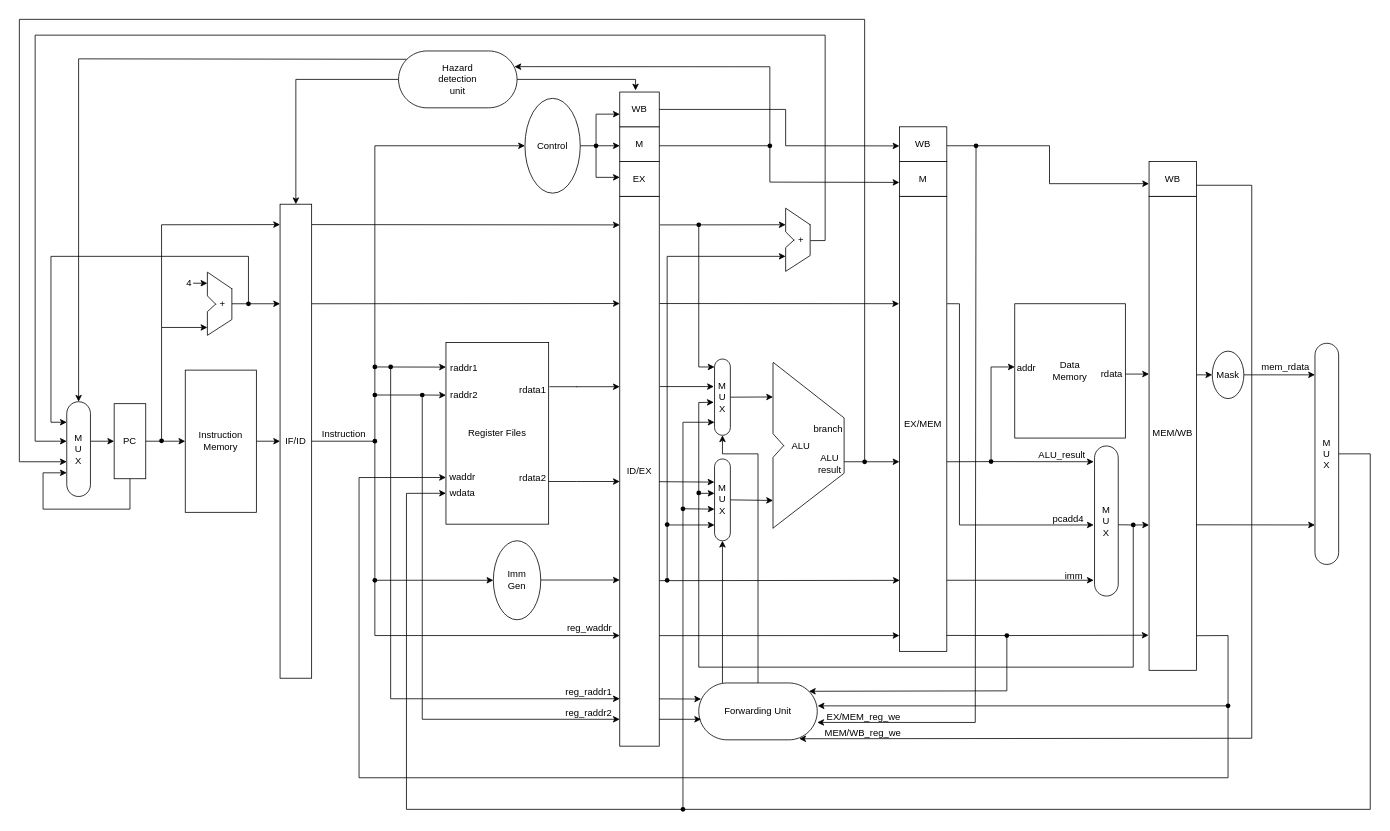
The draw.io diagram CPU2.0 pipeline.drawio in Briarcresy/2026-IC-contest-JYD, before the edit. Source tidied: cells renumbered, new cells numbered last; positions are measured from the earlier drawing's top-left corner, leaving out a move shared by most shapes. Both pictures are drawn from the tidied source at 79%, with x=0, y=0 at pixel (19, 19).
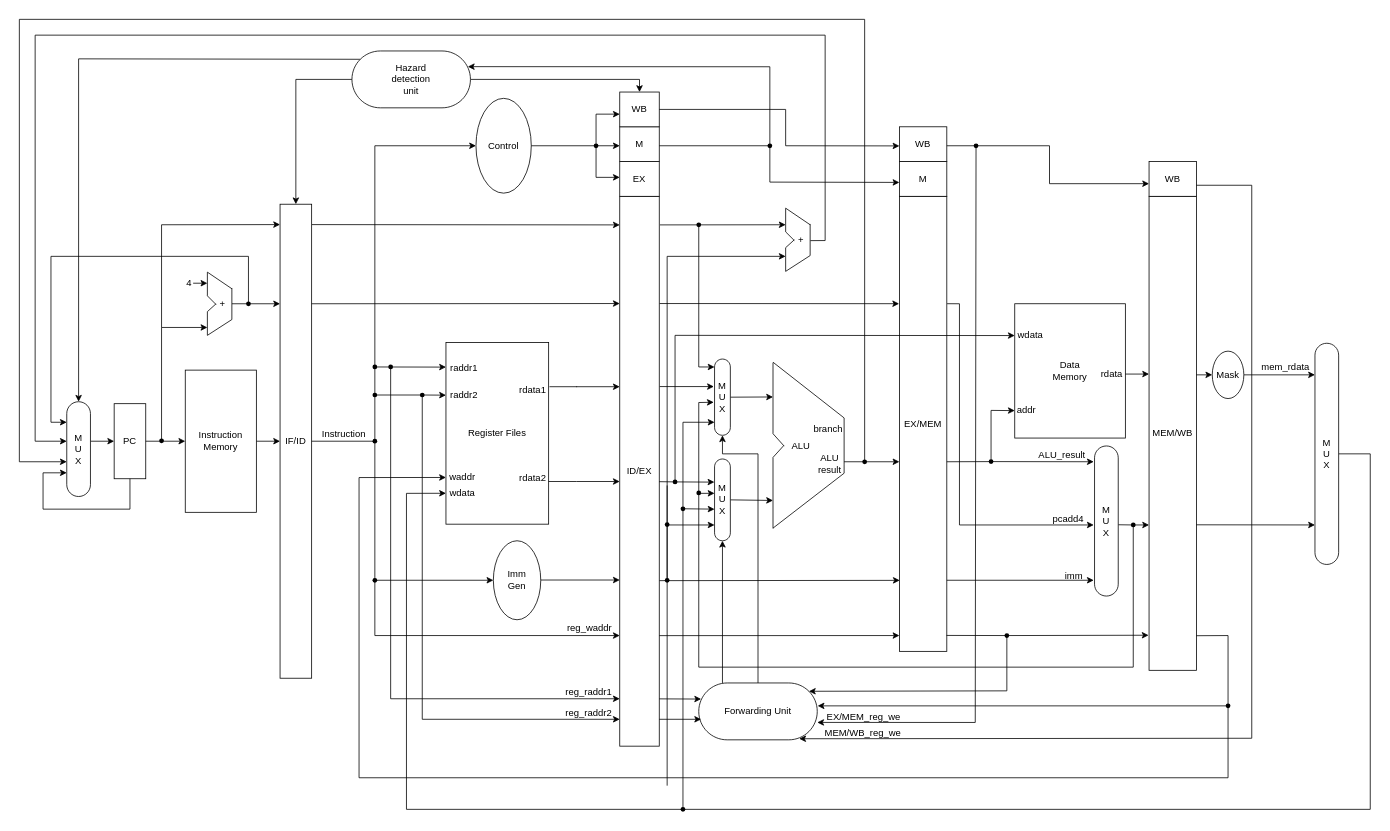
The same page after the edit.

The change refers to these unchanged cells:
```xml
<mxCell id="17" value="ID/EX" style="rounded=0;whiteSpace=wrap;html=1;points=[[0,0,0,0,0],[0,0.25,0,0,0],[0,0.5,0,0,0],[0,0.74,0,0,0],[0,1,0,0,0],[0.25,0,0,0,0],[0.25,1,0,0,0],[0.5,0,0,0,0],[0.5,1,0,0,0],[0.75,0,0,0,0],[0.75,1,0,0,0],[1,0,0,0,0],[1,0.25,0,0,0],[1,0.5,0,0,0],[1,0.75,0,0,0],[1,1,0,0,0]];" parent="1" vertex="1">
  <mxGeometry x="760" y="224" width="50" height="696" as="geometry" />
</mxCell>
<mxCell id="38" value="M&lt;div&gt;U&lt;/div&gt;&lt;div&gt;X&lt;/div&gt;" style="html=1;dashed=0;whiteSpace=wrap;shape=mxgraph.dfd.start;direction=south;" parent="1" vertex="1">
  <mxGeometry x="880" y="556.5" width="20" height="103.5" as="geometry" />
</mxCell>
<mxCell id="62" value="WB" style="rounded=0;whiteSpace=wrap;html=1;" parent="1" vertex="1">
  <mxGeometry x="760" y="92" width="50" height="44" as="geometry" />
</mxCell>
<mxCell id="117" style="shape=waypoint;sketch=0;fillStyle=solid;size=6;points=[];fillColor=none;perimeter=centerPerimeter;snapToPoint=1;" parent="1" vertex="1">
  <mxGeometry x="1220" y="549.8" width="20" height="20" as="geometry" />
</mxCell>
```

The edit, as a diff of the source:
```diff
@@
     <mxCell id="43" value="addr" style="text;strokeColor=none;align=center;fillColor=none;html=1;verticalAlign=middle;whiteSpace=wrap;rounded=0;" parent="1" vertex="1">
-      <mxGeometry x="1260" y="426" width="30" height="30.5" as="geometry" />
+      <mxGeometry x="1260" y="480" width="30" height="30.5" as="geometry" />
     </mxCell>
@@
     <mxCell id="93" value="Control" style="ellipse;whiteSpace=wrap;html=1;" parent="1" vertex="1">
-      <mxGeometry x="640" y="100" width="70" height="120" as="geometry" />
+      <mxGeometry x="578" y="100" width="70" height="120" as="geometry" />
     </mxCell>
@@
-    <mxCell id="115" style="endArrow=classic;html=1;rounded=0;" parent="1" edge="1">
+    <mxCell id="115" style="endArrow=classic;html=1;rounded=0;entryX=0;entryY=0.5;entryDx=0;entryDy=0;" parent="1" edge="1" source="117" target="43">
       <mxGeometry relative="1" as="geometry">
-        <mxPoint x="1230" y="560" as="sourcePoint" />
-        <mxPoint x="1260" y="440" as="targetPoint" />
         <Array as="points">
-          <mxPoint x="1230" y="440" />
+          <mxPoint x="1230" y="495" />
         </Array>
       </mxGeometry>
     </mxCell>
@@
-    <mxCell id="129" style="endArrow=classic;html=1;rounded=0;exitX=0.998;exitY=0.519;exitDx=0;exitDy=0;exitPerimeter=0;entryX=0.283;entryY=1.01;entryDx=0;entryDy=0;entryPerimeter=0;" parent="1" edge="1" source="17" target="38">
+    <mxCell id="129" style="endArrow=classic;html=1;rounded=0;exitDx=0;exitDy=0;exitPerimeter=0;entryX=0.283;entryY=1.01;entryDx=0;entryDy=0;entryPerimeter=0;" parent="1" edge="1" source="190" target="38">
       <mxGeometry relative="1" as="geometry" />
     </mxCell>
@@
-    <mxCell id="162" style="edgeStyle=none;rounded=0;jettySize=auto;html=1;exitX=1;exitY=0.5;exitDx=0;exitDy=0;exitPerimeter=0;" parent="1" edge="1" source="165">
+    <mxCell id="162" style="edgeStyle=none;rounded=0;jettySize=auto;html=1;exitX=1;exitY=0.5;exitDx=0;exitDy=0;exitPerimeter=0;entryX=0.5;entryY=0;entryDx=0;entryDy=0;" parent="1" edge="1" source="165" target="62">
       <mxGeometry relative="1" as="geometry">
-        <mxPoint x="780" y="90" as="targetPoint" />
         <Array as="points">
-          <mxPoint x="780" y="76" />
+          <mxPoint x="785" y="76" />
         </Array>
       </mxGeometry>
     </mxCell>
@@
     <mxCell id="165" value="Hazard&lt;div&gt;detection&lt;/div&gt;&lt;div&gt;unit&lt;/div&gt;" style="html=1;dashed=0;whiteSpace=wrap;shape=mxgraph.dfd.start;points=[[0,0,0,10.548,10.548000000000002],[0,0,0,10.548,61.452],[0,0,0,139.452,10.548000000000002],[0,0,0,139.452,61.452],[0,0.5,0,0,0],[0.3,0,0,0,0],[0.5,0,0,0,0],[0.5,0.5,0,0,36],[1,0.5,0,0,0]];" parent="1" vertex="1">
-      <mxGeometry x="480" y="40" width="150" height="72" as="geometry" />
+      <mxGeometry x="421" y="40" width="150" height="72" as="geometry" />
     </mxCell>
@@
+    <mxCell id="186" value="wdata" style="text;strokeColor=none;align=center;fillColor=none;html=1;verticalAlign=middle;whiteSpace=wrap;rounded=0;" parent="1" vertex="1">
+      <mxGeometry x="1260" y="385" width="40" height="30.5" as="geometry" />
+    </mxCell>
+    <mxCell id="187" style="endArrow=classic;html=1;rounded=0;entryX=0;entryY=0.5;entryDx=0;entryDy=0;targetPerimeterSpacing=0;" parent="1" edge="1" target="186">
+      <mxGeometry relative="1" as="geometry">
+        <mxPoint x="830" y="585" as="sourcePoint" />
+        <Array as="points">
+          <mxPoint x="830" y="400" />
+        </Array>
+      </mxGeometry>
+    </mxCell>
+    <mxCell id="188" style="endArrow=none;html=1;rounded=0;" parent="1" edge="1">
+      <mxGeometry relative="1" as="geometry">
+        <mxPoint x="820" y="970" as="sourcePoint" />
+        <mxPoint x="820" y="590" as="targetPoint" />
+      </mxGeometry>
+    </mxCell>
+    <mxCell id="189" style="endArrow=none;html=1;rounded=0;exitX=0.998;exitY=0.519;exitDx=0;exitDy=0;exitPerimeter=0;entryDx=0;entryDy=0;entryPerimeter=0;endFill=0;" parent="1" edge="1" source="17" target="190">
+      <mxGeometry relative="1" as="geometry" />
+    </mxCell>
+    <mxCell id="190" style="shape=waypoint;sketch=0;fillStyle=solid;size=6;points=[];fillColor=none;perimeter=centerPerimeter;snapToPoint=1;" parent="1" vertex="1">
+      <mxGeometry x="820" y="575.5" width="20" height="20" as="geometry" />
+    </mxCell>
```
